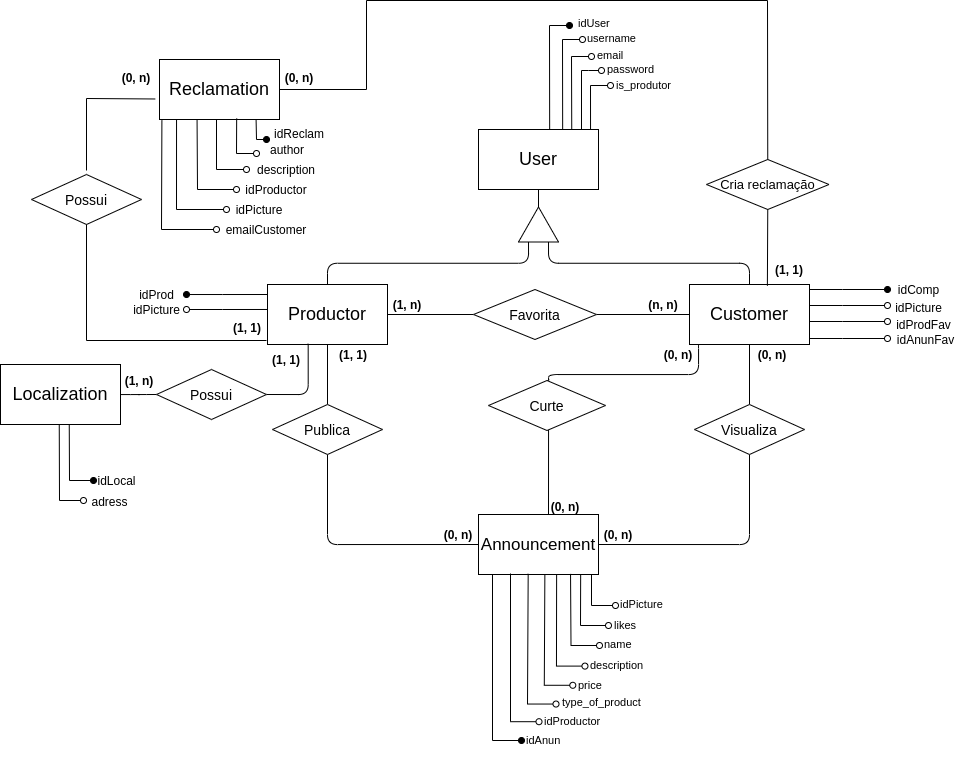
Earlier version of the draw.io export docs/img/diagrama_entidade_relacionamentos.png (fga-eps-mds/2020.2-Hortum). Source tidied: cells renumbered, new cells last; positions are measured from the earlier drawing's top-left corner, leaving out a move shared by most shapes.
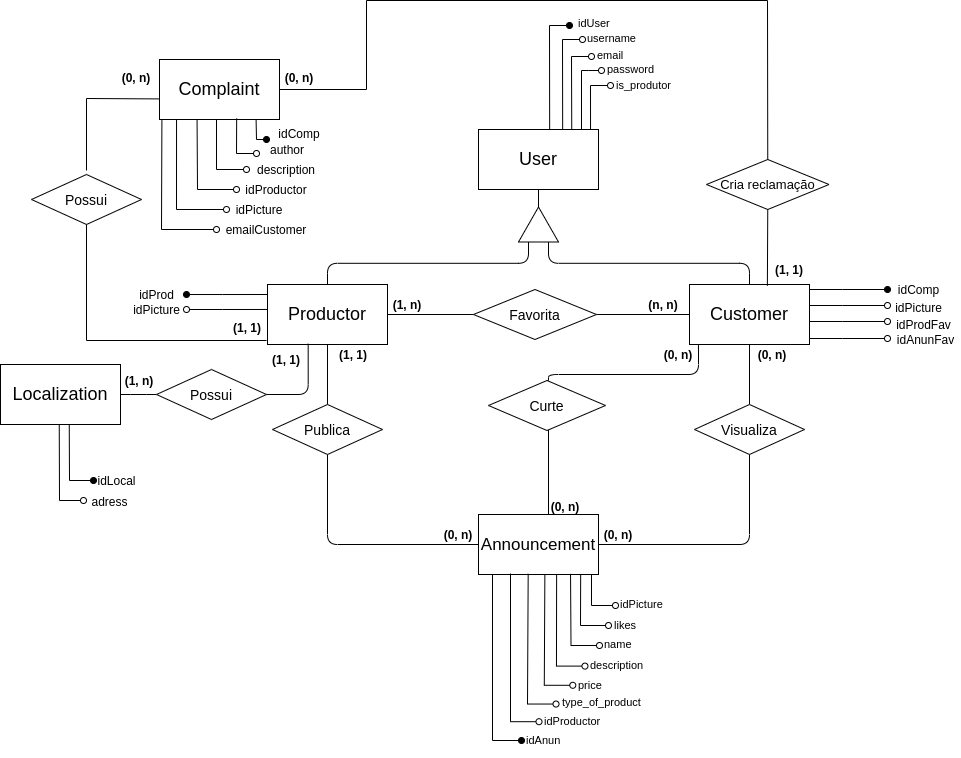
After the change.

Diff of the diagram source:
```diff
@@ -363,7 +363,7 @@
     <mxCell id="77" value="idAnun" style="text;whiteSpace=wrap;html=1;fontSize=11;" parent="1" vertex="1">
       <mxGeometry x="524" y="727" width="53" height="30" as="geometry" />
     </mxCell>
-    <mxCell id="78" value="&lt;font style=&quot;font-size: 18px&quot;&gt;Reclamation&lt;/font&gt;" style="rounded=0;whiteSpace=wrap;html=1;" parent="1" vertex="1">
+    <mxCell id="78" value="&lt;font style=&quot;font-size: 18px&quot;&gt;Complaint&lt;/font&gt;" style="rounded=0;whiteSpace=wrap;html=1;" parent="1" vertex="1">
       <mxGeometry x="159" y="59" width="120" height="60" as="geometry" />
     </mxCell>
     <mxCell id="79" style="endArrow=none;html=1;entryX=0.805;entryY=1.011;entryDx=0;entryDy=0;rounded=0;entryPerimeter=0;endFill=0;startArrow=oval;startFill=1;" parent="1" edge="1" target="78">
@@ -415,7 +415,7 @@
         </Array>
       </mxGeometry>
     </mxCell>
-    <mxCell id="85" value="&lt;span&gt;idReclam&lt;/span&gt;" style="text;html=1;strokeColor=none;fillColor=none;align=center;verticalAlign=middle;whiteSpace=wrap;rounded=0;" parent="1" vertex="1">
+    <mxCell id="85" value="&lt;span&gt;idComp&lt;/span&gt;" style="text;html=1;strokeColor=none;fillColor=none;align=center;verticalAlign=middle;whiteSpace=wrap;rounded=0;" parent="1" vertex="1">
       <mxGeometry x="279" y="123" width="40" height="20" as="geometry" />
     </mxCell>
     <mxCell id="86" value="&lt;span&gt;author&lt;/span&gt;" style="text;html=1;strokeColor=none;fillColor=none;align=center;verticalAlign=middle;whiteSpace=wrap;rounded=0;" parent="1" vertex="1">
@@ -444,7 +444,7 @@
         </Array>
       </mxGeometry>
     </mxCell>
-    <mxCell id="93" style="endArrow=none;html=1;entryX=-0.036;entryY=0.658;entryDx=0;entryDy=0;entryPerimeter=0;rounded=0;" parent="1" edge="1" target="78">
+    <mxCell id="93" style="endArrow=none;html=1;entryX=0.003;entryY=0.657;entryDx=0;entryDy=0;entryPerimeter=0;rounded=0;" parent="1" edge="1" target="78">
       <mxGeometry relative="1" as="geometry">
         <mxPoint x="86" y="170" as="sourcePoint" />
         <Array as="points">
```
